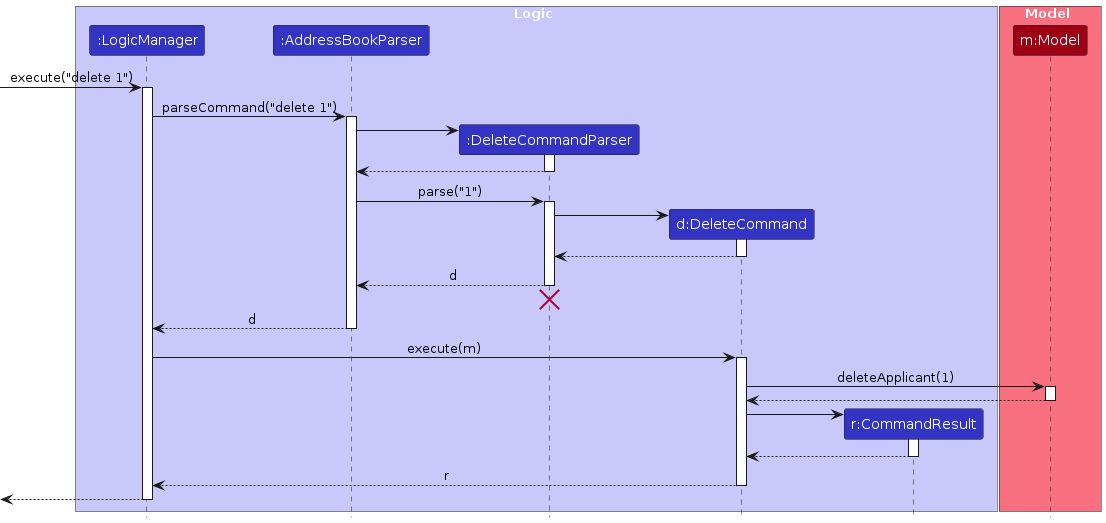
Above: diagrams/DeleteSequenceDiagram.png in AY2627S1-CS2103T-W12-4/tp (PlantUML), before the change. Its source is kept beside it as diagrams/DeleteSequenceDiagram.puml. Its diagram source:
```plantuml
@startuml
!include style.puml
skinparam ArrowFontStyle plain

box Logic LOGIC_COLOR_T1
participant ":LogicManager" as LogicManager LOGIC_COLOR
participant ":AddressBookParser" as AddressBookParser LOGIC_COLOR
participant ":DeleteCommandParser" as DeleteCommandParser LOGIC_COLOR
participant "d:DeleteCommand" as DeleteCommand LOGIC_COLOR
participant "r:CommandResult" as CommandResult LOGIC_COLOR
end box

box Model MODEL_COLOR_T1
participant "m:Model" as Model MODEL_COLOR
end box

[-> LogicManager : execute("delete 1")
activate LogicManager

LogicManager -> AddressBookParser : parseCommand("delete 1")
activate AddressBookParser

create DeleteCommandParser
AddressBookParser -> DeleteCommandParser
activate DeleteCommandParser

DeleteCommandParser --> AddressBookParser
deactivate DeleteCommandParser

AddressBookParser -> DeleteCommandParser : parse("1")
activate DeleteCommandParser

create DeleteCommand
DeleteCommandParser -> DeleteCommand
activate DeleteCommand

DeleteCommand --> DeleteCommandParser :
deactivate DeleteCommand

DeleteCommandParser --> AddressBookParser : d
deactivate DeleteCommandParser
DeleteCommandParser -[hidden]-> AddressBookParser
destroy DeleteCommandParser

AddressBookParser --> LogicManager : d
deactivate AddressBookParser

LogicManager -> DeleteCommand : execute(m)
activate DeleteCommand

DeleteCommand -> Model : deleteApplicant(1)
activate Model

Model --> DeleteCommand
deactivate Model

create CommandResult
DeleteCommand -> CommandResult
activate CommandResult

CommandResult --> DeleteCommand
deactivate CommandResult

DeleteCommand --> LogicManager : r
deactivate DeleteCommand

[<--LogicManager
deactivate LogicManager
@enduml
```
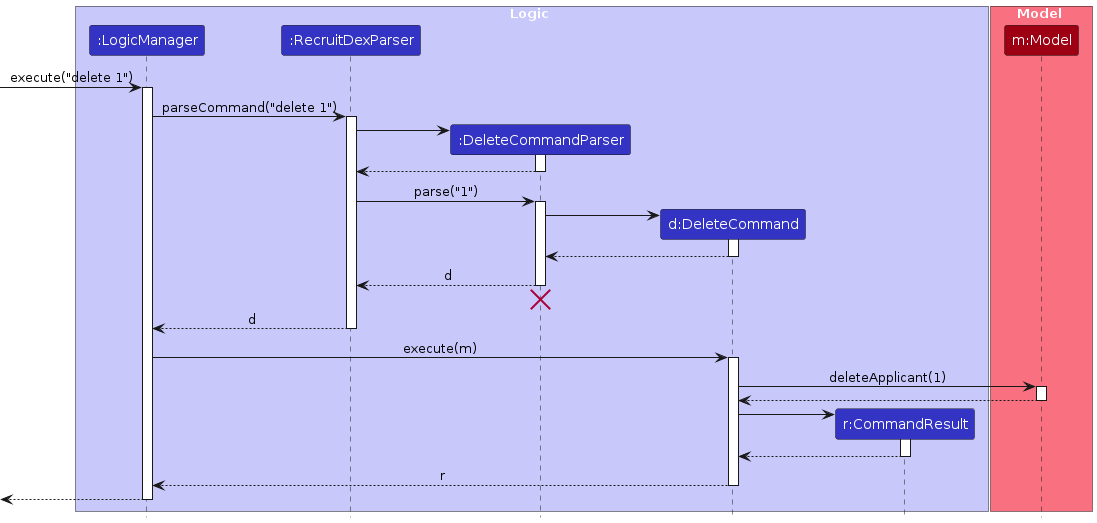
The same file after the commit.

Change to the diagram source:
```diff
@@ -4,7 +4,7 @@
 
 box Logic LOGIC_COLOR_T1
 participant ":LogicManager" as LogicManager LOGIC_COLOR
-participant ":AddressBookParser" as AddressBookParser LOGIC_COLOR
+participant ":RecruitDexParser" as RecruitDexParser LOGIC_COLOR
 participant ":DeleteCommandParser" as DeleteCommandParser LOGIC_COLOR
 participant "d:DeleteCommand" as DeleteCommand LOGIC_COLOR
 participant "r:CommandResult" as CommandResult LOGIC_COLOR
@@ -17,17 +17,17 @@
 [-> LogicManager : execute("delete 1")
 activate LogicManager
 
-LogicManager -> AddressBookParser : parseCommand("delete 1")
-activate AddressBookParser
+LogicManager -> RecruitDexParser : parseCommand("delete 1")
+activate RecruitDexParser
 
 create DeleteCommandParser
-AddressBookParser -> DeleteCommandParser
+RecruitDexParser -> DeleteCommandParser
 activate DeleteCommandParser
 
-DeleteCommandParser --> AddressBookParser
+DeleteCommandParser --> RecruitDexParser
 deactivate DeleteCommandParser
 
-AddressBookParser -> DeleteCommandParser : parse("1")
+RecruitDexParser -> DeleteCommandParser : parse("1")
 activate DeleteCommandParser
 
 create DeleteCommand
@@ -37,13 +37,13 @@
 DeleteCommand --> DeleteCommandParser :
 deactivate DeleteCommand
 
-DeleteCommandParser --> AddressBookParser : d
+DeleteCommandParser --> RecruitDexParser : d
 deactivate DeleteCommandParser
-DeleteCommandParser -[hidden]-> AddressBookParser
+DeleteCommandParser -[hidden]-> RecruitDexParser
 destroy DeleteCommandParser
 
-AddressBookParser --> LogicManager : d
-deactivate AddressBookParser
+RecruitDexParser --> LogicManager : d
+deactivate RecruitDexParser
 
 LogicManager -> DeleteCommand : execute(m)
 activate DeleteCommand
```
